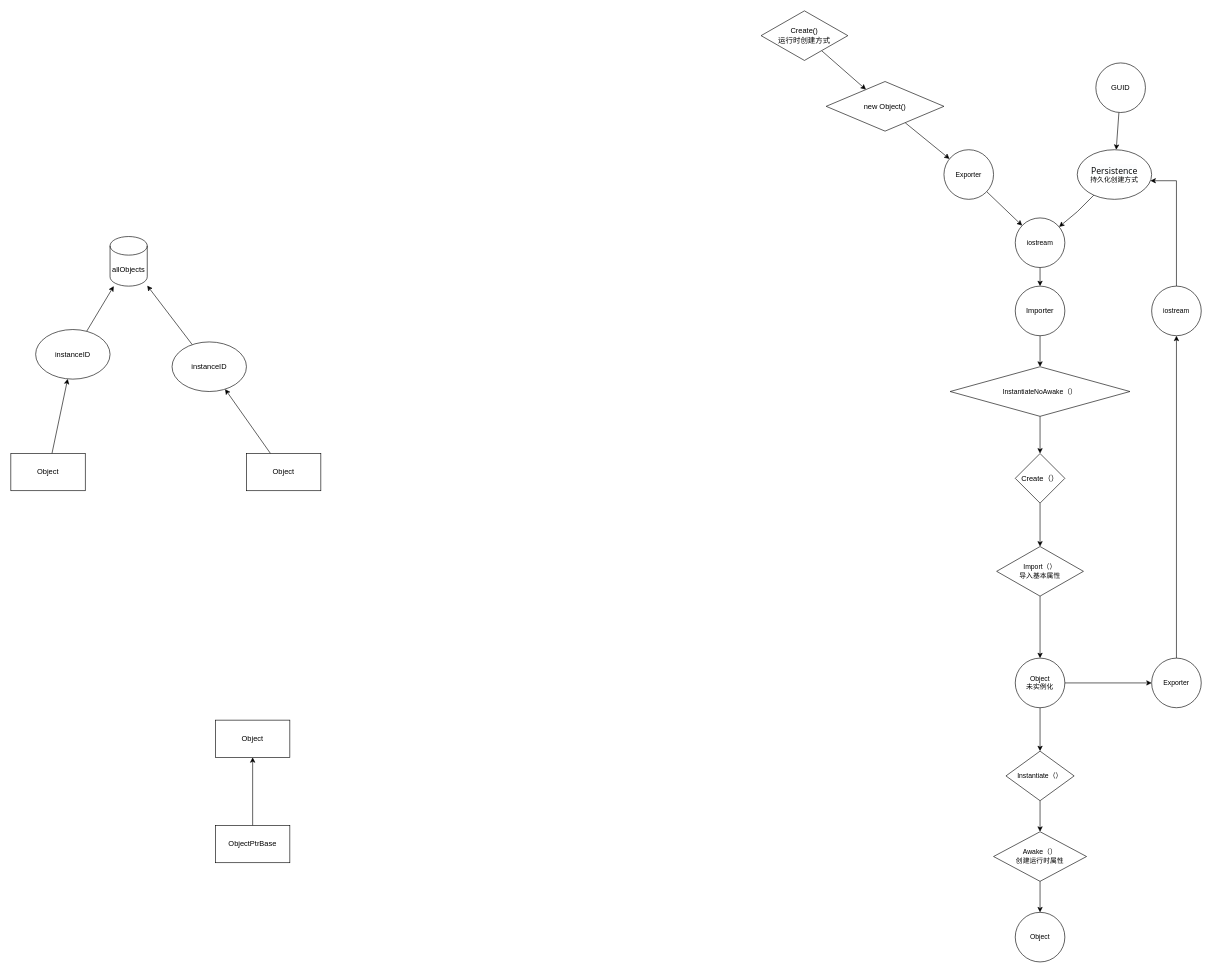
BDFFZI/BDXKEngine keeps this draw.io diagram as BDXKEngine.drawio. Above is the earlier version. Source tidied: cells renumbered, new cells numbered last; positions are measured from the earlier drawing's top-left corner, leaving out a move shared by most shapes. Both pictures are drawn from the tidied source at 62%, with x=0, y=0 at pixel (11, 11).
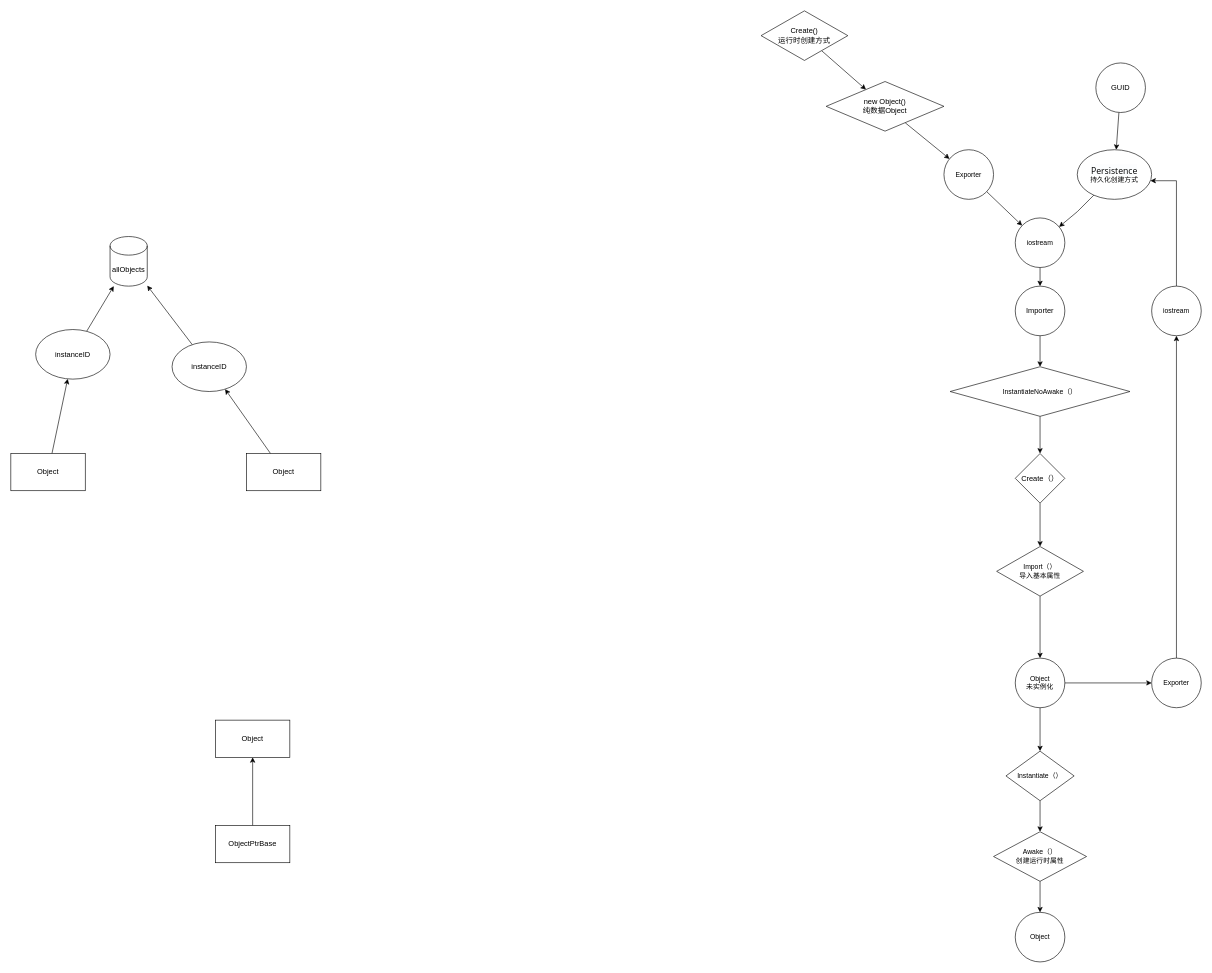
The same page after the edit.

Diff of the diagram source:
```diff
@@
-    <mxCell id="45" value="new Object()" style="rhombus;whiteSpace=wrap;html=1;" parent="1" vertex="1">
+    <mxCell id="45" value="new Object()&lt;br&gt;纯数据Object" style="rhombus;whiteSpace=wrap;html=1;" parent="1" vertex="1">
       <mxGeometry x="1315" y="114" width="190" height="80" as="geometry" />
     </mxCell>
```
